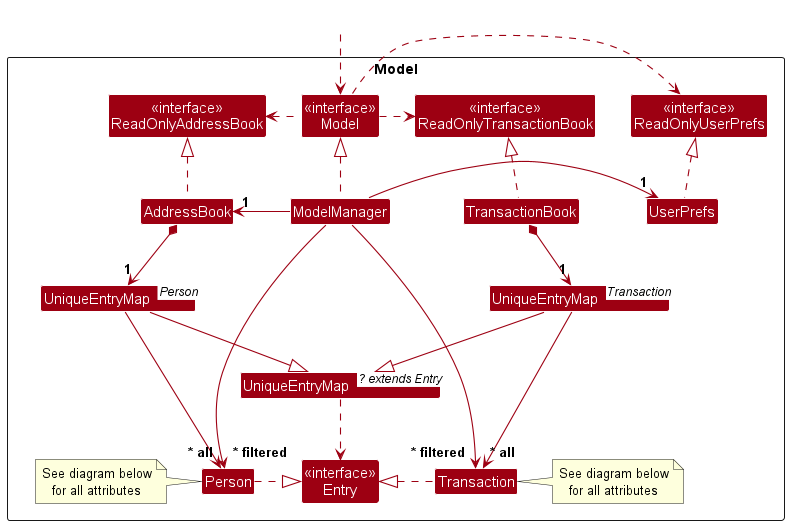
nus-cs2103-AY2324S1/tp keeps this PlantUML diagram as docs/images/ModelClassDiagram.png. Above is the earlier version. Its diagram source:
```plantuml
@startuml ModelClassDiagram
!include style.puml
skinparam arrowThickness 1.1
skinparam arrowColor MODEL_COLOR
skinparam classBackgroundColor MODEL_COLOR

Package Model as ModelPackage <<Rectangle>>{
Class "<<interface>>\nReadOnlyAddressBook" as ReadOnlyAddressBook
Class "<<interface>>\nReadOnlyTransactionBook" as ReadOnlyTransactionBook
Class "<<interface>>\nReadOnlyUserPrefs" as ReadOnlyUserPrefs
Class "<<interface>>\nModel" as Model
Class "<<interface>>\nEntry" as Entry
Class AddressBook
Class TransactionBook
Class ModelManager
Class UserPrefs

Class Person
note left: See diagram below\nfor all attributes
Class Transaction
note right: See diagram below\nfor all attributes

Class "UniqueEntryMap<? extends Entry>" as UniqueEntryMap_T
Class "UniqueEntryMap<Person>" as UniqueEntryMap_Person
Class "UniqueEntryMap<Transaction>" as UniqueEntryMap_Transaction
UniqueEntryMap_T <|-up- UniqueEntryMap_Person
UniqueEntryMap_T <|-up- UniqueEntryMap_Transaction
UniqueEntryMap_T .down.> Entry
UniqueEntryMap_T -[hidden]up-> ModelManager

Class I #FFFFFF
}

Class HiddenOutside #FFFFFF
HiddenOutside ..> Model

AddressBook .up.|> ReadOnlyAddressBook
TransactionBook .up.|> ReadOnlyTransactionBook

ModelManager .up.|> Model
Model .right.> ReadOnlyUserPrefs
Model .left.> ReadOnlyAddressBook
Model .right.> ReadOnlyTransactionBook
ModelManager -left-> "1" AddressBook
ModelManager -right-> "1" UserPrefs
UserPrefs .up.|> ReadOnlyUserPrefs

AddressBook *--> "1" UniqueEntryMap_Person
UniqueEntryMap_Person --> "~* all" Person
UniqueEntryMap_Transaction --> "~* all" Transaction
Person .right.|> Entry
TransactionBook *--> "1" UniqueEntryMap_Transaction
Transaction .left.|> Entry

Person -[hidden]up-> UniqueEntryMap_T

ModelManager --> "~* filtered" Person
ModelManager --> "~* filtered" Transaction
@enduml
```
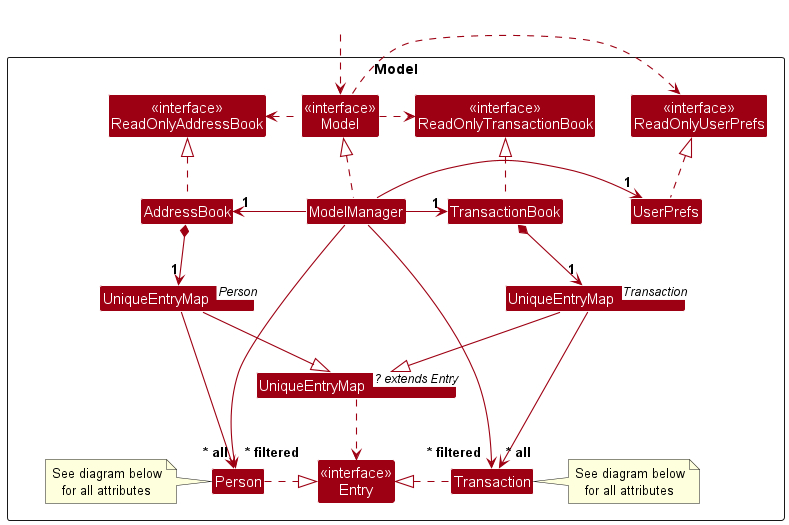
After the change.

Commit message:
Add missing association between ModelManager, TransactionBook

The edit, as a diff of the source:
```diff
@@ -43,6 +43,7 @@
 Model .right.> ReadOnlyTransactionBook
 ModelManager -left-> "1" AddressBook
 ModelManager -right-> "1" UserPrefs
+ModelManager -right-> "1" TransactionBook
 UserPrefs .up.|> ReadOnlyUserPrefs
 
 AddressBook *--> "1" UniqueEntryMap_Person
```
